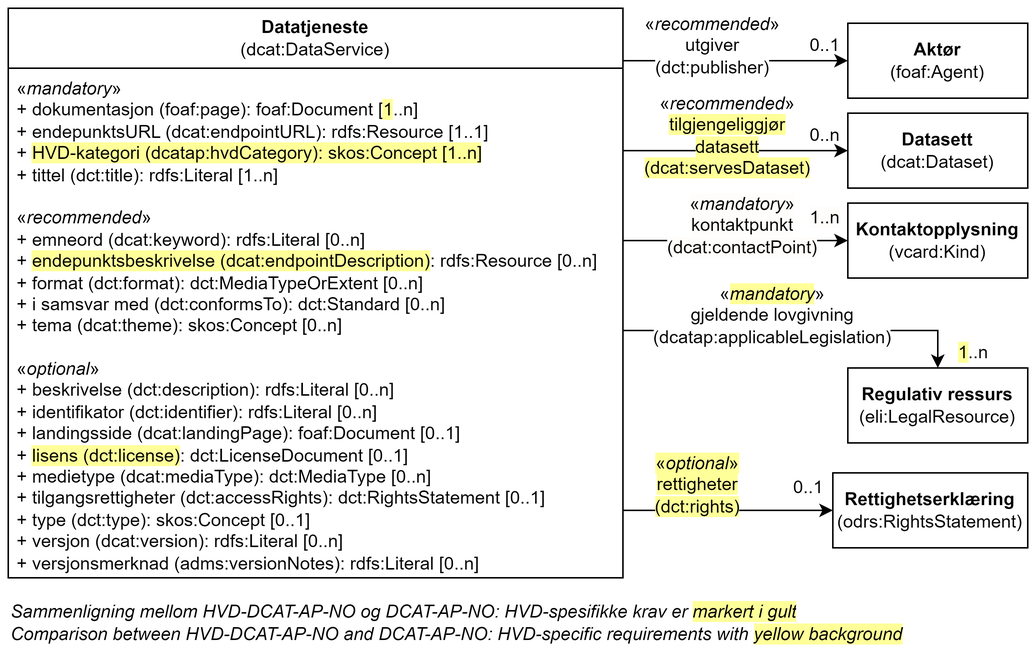
Informasjonsforvaltning/hvd-dcat-ap-no keeps this draw.io diagram as docs/images/Klassen-Datatjeneste.png. Above is the earlier version. Source tidied: cells renumbered, new cells last; positions are measured from the earlier drawing's top-left corner, leaving out a move shared by most shapes.
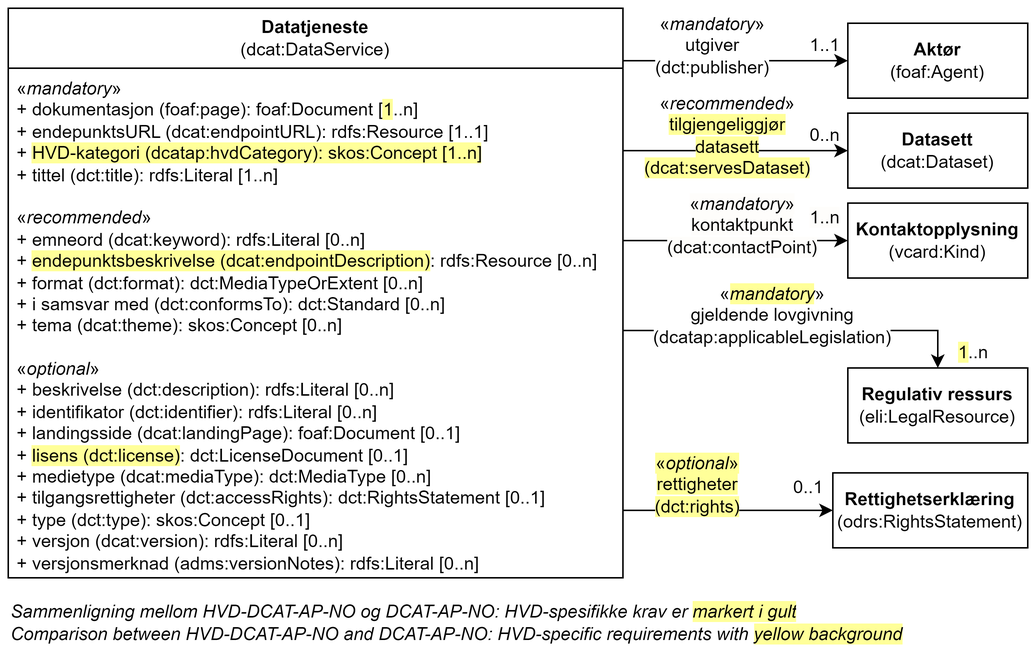
Above is the later version.

Commit message:
Oppdaterer tegning Datatjeneste

Diff of the diagram source:
```diff
@@ -19,10 +19,10 @@
         <mxPoint x="410" y="35" as="sourcePoint" />
       </mxGeometry>
     </mxCell>
-    <mxCell id="7" value="&lt;div&gt;&lt;span style=&quot;background-color: rgb(255, 255, 255);&quot;&gt;«&lt;i&gt;recommended&lt;/i&gt;»&lt;/span&gt;&lt;/div&gt;&lt;div&gt;&lt;span style=&quot;background-color: rgb(255, 255, 255);&quot;&gt;utgiver (dct:publisher)&lt;/span&gt;&lt;/div&gt;" style="text;html=1;strokeColor=none;fillColor=none;align=center;verticalAlign=middle;whiteSpace=wrap;rounded=0;" parent="1" vertex="1">
+    <mxCell id="7" value="&lt;div&gt;&lt;span style=&quot;background-color: rgb(255, 255, 255);&quot;&gt;«&lt;i&gt;mandatory&lt;/i&gt;»&lt;/span&gt;&lt;/div&gt;&lt;div&gt;&lt;span style=&quot;background-color: rgb(255, 255, 255);&quot;&gt;utgiver (dct:publisher)&lt;/span&gt;&lt;/div&gt;" style="text;html=1;strokeColor=none;fillColor=none;align=center;verticalAlign=middle;whiteSpace=wrap;rounded=0;" parent="1" vertex="1">
       <mxGeometry x="440" y="10" width="60" height="30" as="geometry" />
     </mxCell>
-    <mxCell id="8" value="&lt;span style=&quot;background-color: rgb(255, 255, 255);&quot;&gt;0&lt;/span&gt;..1" style="text;html=1;strokeColor=none;fillColor=none;align=center;verticalAlign=middle;whiteSpace=wrap;rounded=0;" parent="1" vertex="1">
+    <mxCell id="8" value="&lt;span style=&quot;background-color: rgb(255, 255, 255);&quot;&gt;1&lt;/span&gt;..1" style="text;html=1;strokeColor=none;fillColor=none;align=center;verticalAlign=middle;whiteSpace=wrap;rounded=0;" parent="1" vertex="1">
       <mxGeometry x="530" y="15" width="30" height="20" as="geometry" />
     </mxCell>
     <mxCell id="9" value="0..n" style="text;html=1;strokeColor=none;fillColor=none;align=center;verticalAlign=middle;whiteSpace=wrap;rounded=0;" parent="1" vertex="1">
```
